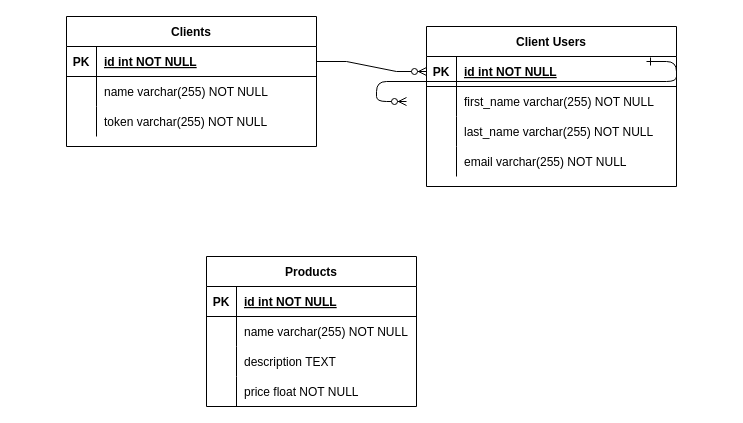
Luca-OpenClassRooms/project_7 keeps this draw.io diagram as UML/Modele-de-donnees.drawio. Above is the earlier version. Source tidied: cells renumbered, new cells numbered last; positions are measured from the earlier drawing's top-left corner, leaving out a move shared by most shapes. Both pictures are drawn from the tidied source at 100%, with x=0, y=0 at pixel (66, 16).
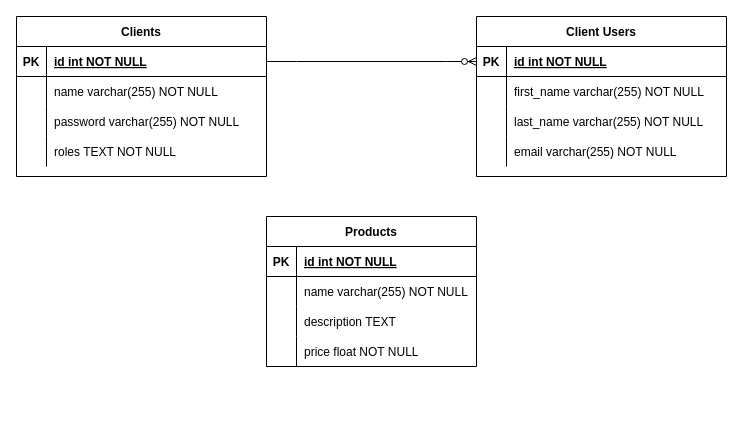
After the change.

Commit message (it also covers changes not shown here):
feat(UML): added class diagram

The edit, as a diff of the source:
```diff
@@
-    <mxCell id="2" style="edgeStyle=entityRelationEdgeStyle;endArrow=ERzeroToMany;startArrow=ERone;endFill=1;startFill=0;" parent="1" edge="1">
-      <mxGeometry relative="1" as="geometry">
-        <mxPoint x="580" y="45" as="sourcePoint" />
-        <mxPoint x="340" y="85" as="targetPoint" />
-      </mxGeometry>
-    </mxCell>
     <mxCell id="3" value="Clients" style="shape=table;startSize=30;childLayout=tableLayout;rowLines=0;fontStyle=1;align=center;" parent="1" vertex="1">
-      <mxGeometry width="250" height="130" as="geometry" />
+      <mxGeometry x="-50" width="250" height="160" as="geometry" />
     </mxCell>
@@
+    <mxCell id="40" style="shape=partialRectangle;fillColor=none;top=0;left=0;right=0;bottom=0;" parent="3" vertex="1">
+      <mxGeometry y="90" width="250" height="30" as="geometry" />
+    </mxCell>
+    <mxCell id="41" style="shape=partialRectangle;overflow=hidden;fillColor=none;top=0;left=0;bottom=0;right=0;" parent="40" vertex="1">
+      <mxGeometry width="30" height="30" as="geometry" />
+    </mxCell>
+    <mxCell id="42" value="password varchar(255) NOT NULL" style="shape=partialRectangle;overflow=hidden;fillColor=none;top=0;left=0;bottom=0;right=0;align=left;spacingLeft=6;" parent="40" vertex="1">
+      <mxGeometry x="30" width="220" height="30" as="geometry" />
+    </mxCell>
     <mxCell id="10" style="shape=partialRectangle;fillColor=none;top=0;left=0;right=0;bottom=0;" parent="3" vertex="1">
-      <mxGeometry y="90" width="250" height="30" as="geometry" />
+      <mxGeometry y="120" width="250" height="30" as="geometry" />
     </mxCell>
@@
-    <mxCell id="12" value="token varchar(255) NOT NULL" style="shape=partialRectangle;overflow=hidden;fillColor=none;top=0;left=0;bottom=0;right=0;align=left;spacingLeft=6;" parent="10" vertex="1">
+    <mxCell id="12" value="roles TEXT NOT NULL" style="shape=partialRectangle;overflow=hidden;fillColor=none;top=0;left=0;bottom=0;right=0;align=left;spacingLeft=6;" parent="10" vertex="1">
       <mxGeometry x="30" width="220" height="30" as="geometry" />
     </mxCell>
     <mxCell id="13" value="Products" style="shape=table;startSize=30;childLayout=tableLayout;rowLines=0;fontStyle=1;align=center;" parent="1" vertex="1">
-      <mxGeometry x="140" y="240" width="210" height="150" as="geometry" />
+      <mxGeometry x="200" y="200" width="210" height="150" as="geometry" />
     </mxCell>
@@
     <mxCell id="26" value="Client Users" style="shape=table;startSize=30;childLayout=tableLayout;rowLines=0;fontStyle=1;align=center;" parent="1" vertex="1">
-      <mxGeometry x="360" y="10" width="250" height="160" as="geometry" />
+      <mxGeometry x="410" width="250" height="160" as="geometry" />
     </mxCell>
```
